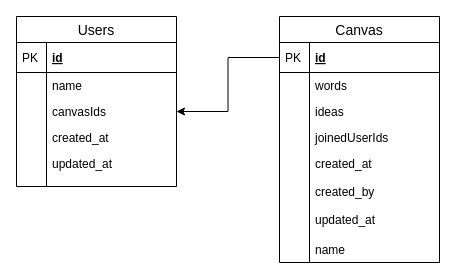
Above: src/firebase/DbRelation.drawio in kkhs0603/create-ideas (draw.io), before the change. Source tidied: cells renumbered, new cells numbered last; positions are measured from the earlier drawing's top-left corner, leaving out a move shared by most shapes. Both pictures are drawn from the tidied source at 100%, with x=0, y=0 at pixel (16, 16).
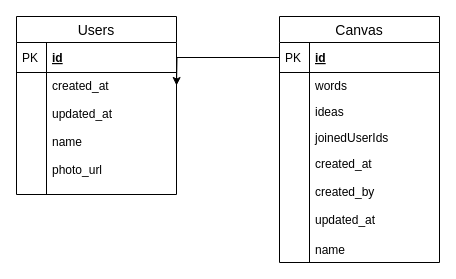
After the change.

The change refers to these unchanged cells:
```xml
<mxCell id="3" value="id" style="shape=partialRectangle;top=0;left=0;right=0;bottom=1;align=left;verticalAlign=middle;fillColor=none;spacingLeft=34;spacingRight=4;overflow=hidden;points=[[0,0.5],[1,0.5]];portConstraint=eastwest;fontStyle=5;fontSize=12;" parent="2" vertex="1">
  <mxGeometry y="26" width="160" height="30" as="geometry" />
</mxCell>
```

The edit, as a diff of the source:
```diff
@@
-    <mxCell id="17" style="edgeStyle=orthogonalEdgeStyle;rounded=0;jettySize=auto;html=1;exitX=0;exitY=0.5;exitDx=0;exitDy=0;" parent="1" edge="1" source="3" target="23">
-      <mxGeometry relative="1" as="geometry" />
+    <mxCell id="17" style="edgeStyle=orthogonalEdgeStyle;rounded=0;jettySize=auto;html=1;exitX=0;exitY=0.5;exitDx=0;exitDy=0;" parent="1" edge="1" source="3">
+      <mxGeometry relative="1" as="geometry">
+        <mxPoint x="160" y="69" as="targetPoint" />
+      </mxGeometry>
     </mxCell>
     <mxCell id="18" value="Users" style="swimlane;fontStyle=0;horizontal=1;startSize=26;align=center;fontSize=14;" parent="1" vertex="1">
-      <mxGeometry width="160" height="170" as="geometry" />
+      <mxGeometry width="160" height="178" as="geometry" />
     </mxCell>
@@
-    <mxCell id="21" value="name" style="shape=partialRectangle;top=0;left=0;right=0;bottom=0;align=left;verticalAlign=top;fillColor=none;spacingLeft=34;spacingRight=4;overflow=hidden;fontSize=12;" parent="18" vertex="1">
-      <mxGeometry y="56" width="160" height="26" as="geometry" />
-    </mxCell>
-    <mxCell id="22" style="shape=partialRectangle;top=0;left=0;bottom=0;fillColor=none;align=left;verticalAlign=top;spacingLeft=4;spacingRight=4;overflow=hidden;fontSize=12;" parent="21" vertex="1">
-      <mxGeometry width="30" height="26" as="geometry" />
-    </mxCell>
-    <mxCell id="23" value="canvasIds" style="shape=partialRectangle;top=0;left=0;right=0;bottom=0;align=left;verticalAlign=top;fillColor=none;spacingLeft=34;spacingRight=4;overflow=hidden;points=[[0,0.5],[1,0.5]];portConstraint=eastwest;fontSize=12;" parent="18" vertex="1">
-      <mxGeometry y="82" width="160" height="26" as="geometry" />
-    </mxCell>
-    <mxCell id="24" style="shape=partialRectangle;top=0;left=0;bottom=0;fillColor=none;align=left;verticalAlign=top;spacingLeft=4;spacingRight=4;overflow=hidden;fontSize=12;" parent="23" vertex="1">
-      <mxGeometry width="30" height="26" as="geometry" />
-    </mxCell>
-    <mxCell id="25" value="created_at" style="shape=partialRectangle;top=0;left=0;right=0;bottom=0;align=left;verticalAlign=top;fillColor=none;spacingLeft=34;spacingRight=4;overflow=hidden;fontSize=12;" parent="18" vertex="1">
-      <mxGeometry y="108" width="160" height="26" as="geometry" />
-    </mxCell>
-    <mxCell id="26" style="shape=partialRectangle;top=0;left=0;bottom=0;fillColor=none;align=left;verticalAlign=top;spacingLeft=4;spacingRight=4;overflow=hidden;fontSize=12;" parent="25" vertex="1">
-      <mxGeometry width="30" height="26" as="geometry" />
-    </mxCell>
-    <mxCell id="27" value="updated_at" style="shape=partialRectangle;top=0;left=0;right=0;bottom=0;align=left;verticalAlign=top;fillColor=none;spacingLeft=34;spacingRight=4;overflow=hidden;fontSize=12;" parent="18" vertex="1">
-      <mxGeometry y="134" width="160" height="36" as="geometry" />
+    <mxCell id="27" value="created_at&#10;&#10;updated_at&#10;&#10;name&#10;&#10;photo_url&#10;" style="shape=partialRectangle;top=0;left=0;right=0;bottom=0;align=left;verticalAlign=top;fillColor=none;spacingLeft=34;spacingRight=4;overflow=hidden;fontSize=12;" parent="18" vertex="1">
+      <mxGeometry y="56" width="160" height="122" as="geometry" />
     </mxCell>
     <mxCell id="28" style="shape=partialRectangle;top=0;left=0;bottom=0;fillColor=none;align=left;verticalAlign=top;spacingLeft=4;spacingRight=4;overflow=hidden;fontSize=12;" parent="27" vertex="1">
-      <mxGeometry width="30" height="36" as="geometry" />
+      <mxGeometry width="30" height="122" as="geometry" />
     </mxCell>
```
